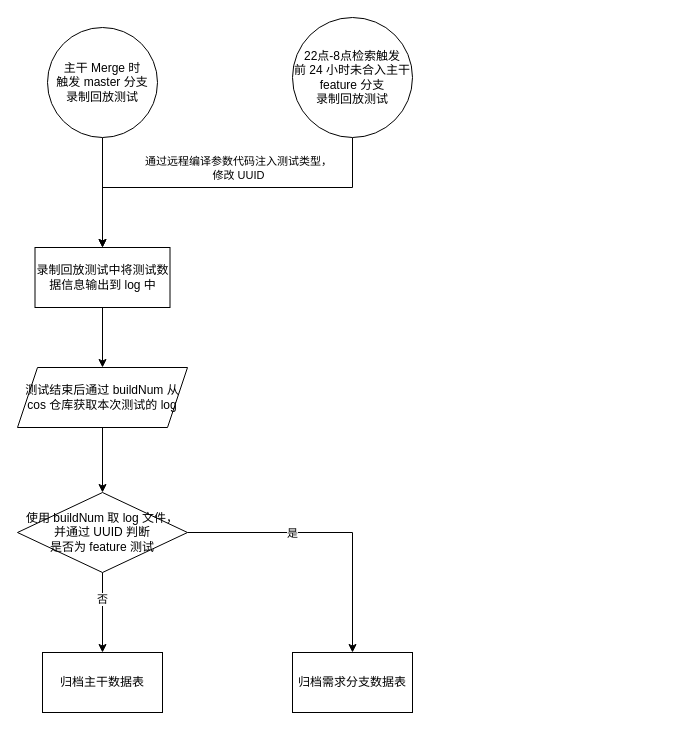
lcmoxiao/SomeDrawData keeps this draw.io diagram as 性能数据流转.drawio. Above is the earlier version. Source tidied: cells renumbered, new cells numbered last; positions are measured from the earlier drawing's top-left corner, leaving out a move shared by most shapes. Both pictures are drawn from the tidied source at 100%, with x=0, y=0 at pixel (17, 17).
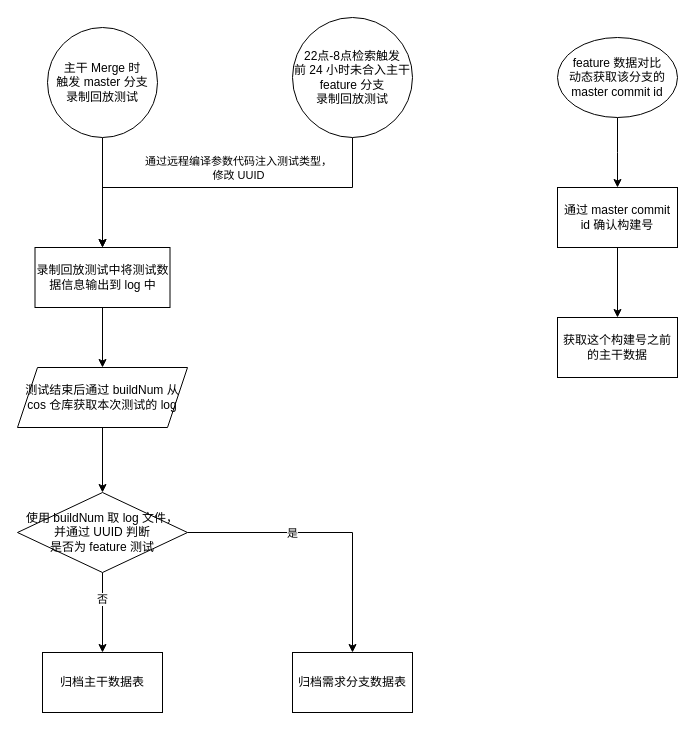
The same page after the edit.

Commit message:
更新性能数据流转.drawio

Change to the diagram source:
```diff
@@
+    <mxCell id="18" style="edgeStyle=orthogonalEdgeStyle;rounded=0;jettySize=auto;html=1;" parent="1" edge="1" source="19">
+      <mxGeometry relative="1" as="geometry">
+        <mxPoint x="600" y="170" as="targetPoint" />
+      </mxGeometry>
+    </mxCell>
+    <mxCell id="19" value="feature 数据对比&lt;br&gt;动态获取该分支的 master commit id" style="ellipse;whiteSpace=wrap;html=1;" parent="1" vertex="1">
+      <mxGeometry x="540" y="20" width="120" height="80" as="geometry" />
+    </mxCell>
+    <mxCell id="20" style="edgeStyle=orthogonalEdgeStyle;rounded=0;jettySize=auto;html=1;" parent="1" edge="1" source="21" target="22">
+      <mxGeometry relative="1" as="geometry" />
+    </mxCell>
+    <mxCell id="21" value="通过 master commit id 确认构建号" style="rounded=0;whiteSpace=wrap;html=1;" parent="1" vertex="1">
+      <mxGeometry x="540" y="170" width="120" height="60" as="geometry" />
+    </mxCell>
+    <mxCell id="22" value="获取这个构建号之前的主干数据" style="rounded=0;whiteSpace=wrap;html=1;" parent="1" vertex="1">
+      <mxGeometry x="540" y="300" width="120" height="60" as="geometry" />
+    </mxCell>
```
